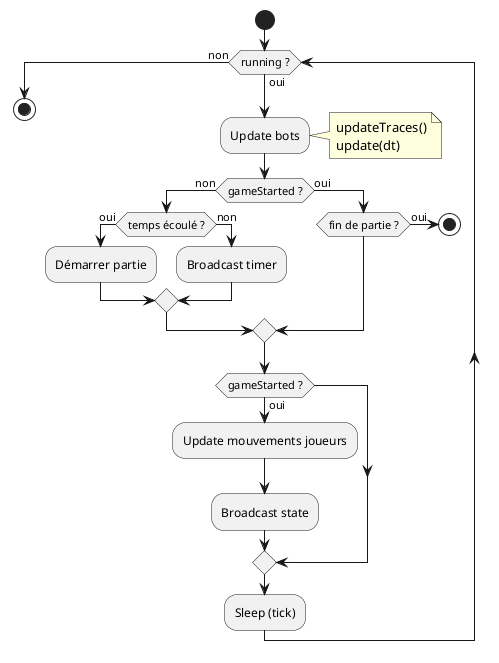
Earlier version of the PlantUML export Rapport/UML/PacMan_UML_Server_test_loop.png (thomasctn/Projet_PacMan_En_Reseau).
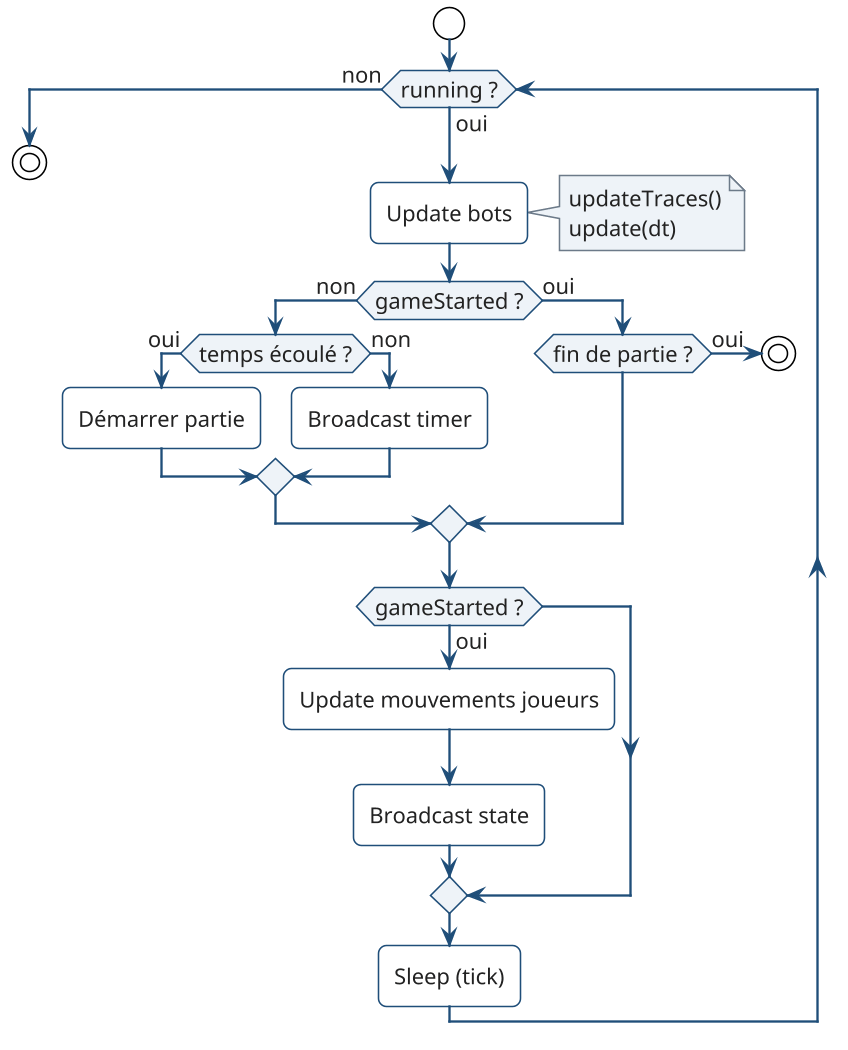
Later version of the same file.

Commit message:
ajout theme

What changed in the source:
```diff
@@ -1,5 +1,7 @@
 @startuml
 start
+!include theme.puml
+
 
 while (running ?) is (oui)
 
```
